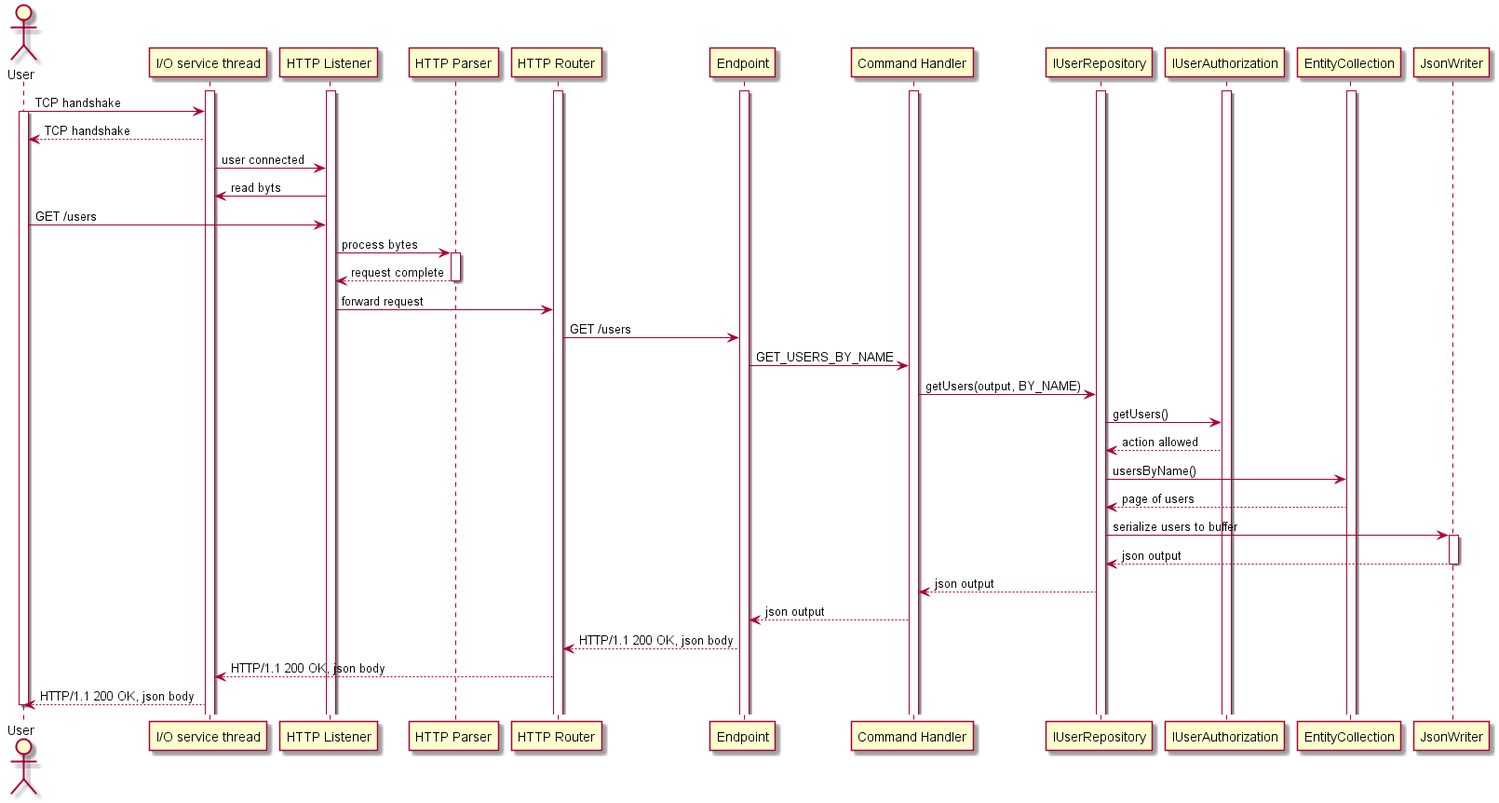
Before: doc/processing-requests.png, a diagram exported from PlantUML (danij/Forum).
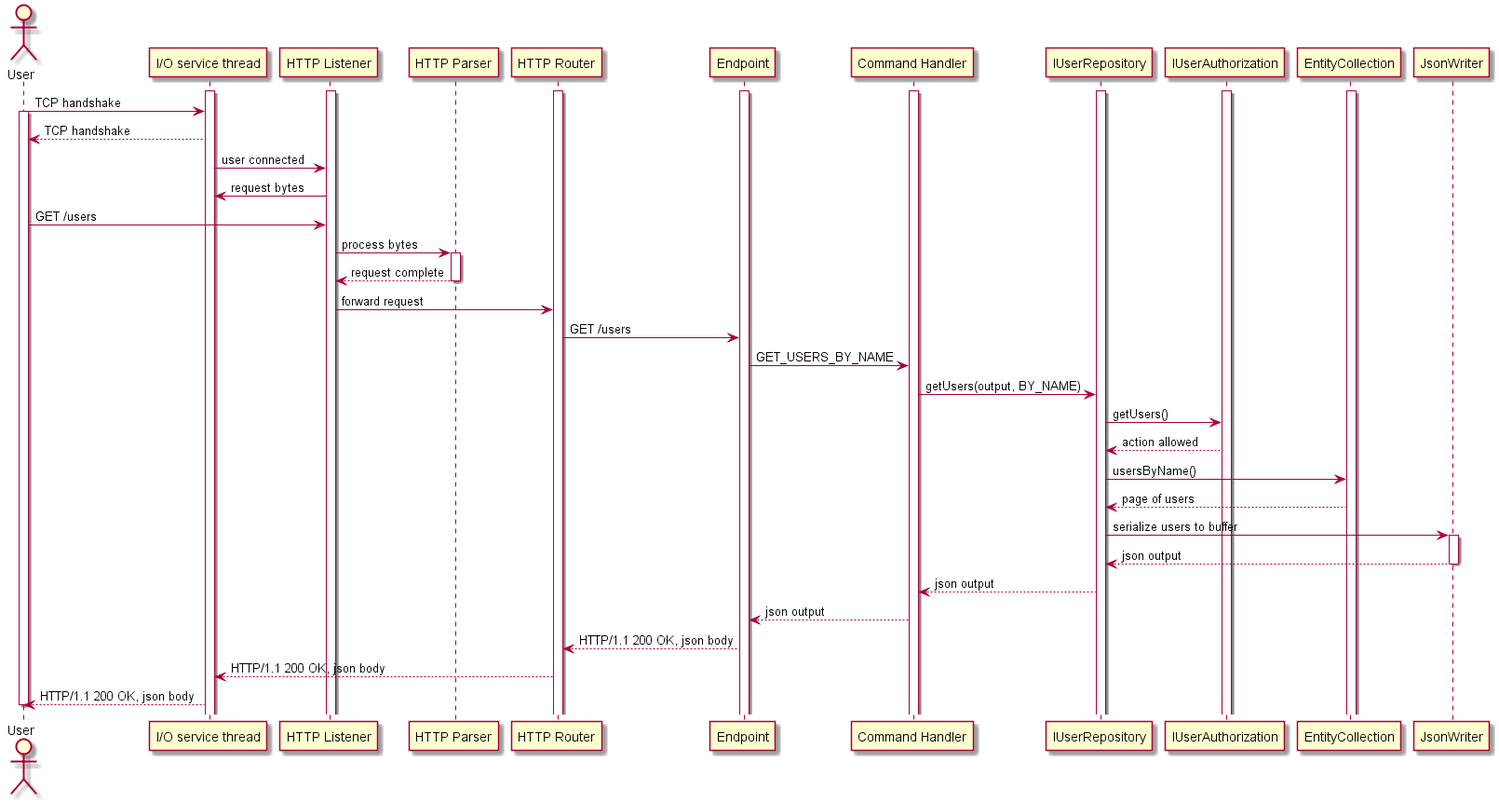
Later version of the same file.

Commit message:
Fixed typo in request processing diagram

What changed in the source:
```diff
@@ -26,7 +26,7 @@
 IO --> User : TCP handshake
 
 IO -> HTTPListener : user connected
-HTTPListener -> IO : read byts
+HTTPListener -> IO : request bytes
 
 User -> HTTPListener : GET /users
 
```
